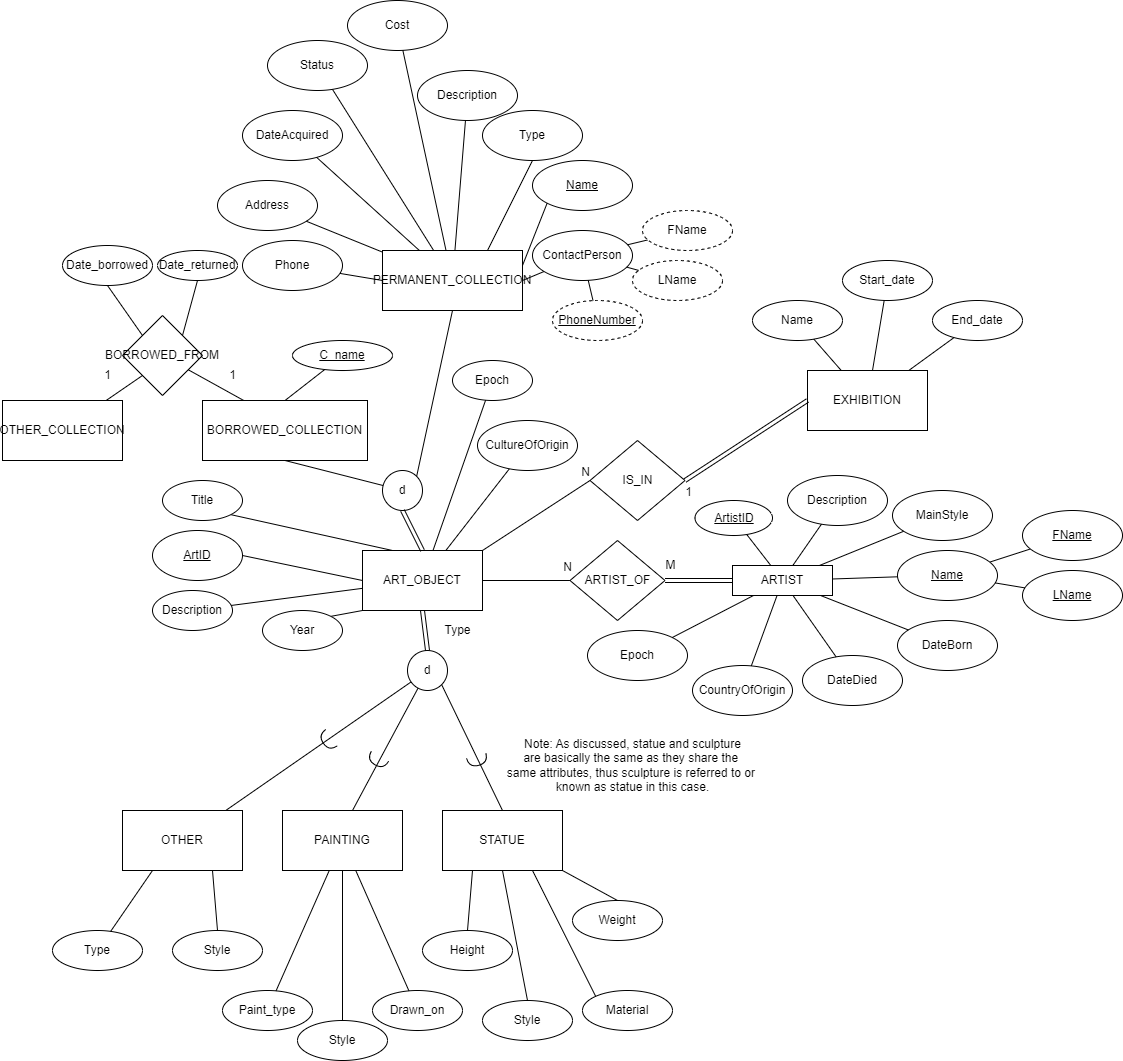
Above: 300 Final Project EER - Updated.drawio.png in Maan-Khedr-ENSF-300/museum-project-coolkids87 (draw.io), before the change. Source tidied: cells renumbered, new cells last; positions are measured from the earlier drawing's top-left corner, leaving out a move shared by most shapes.
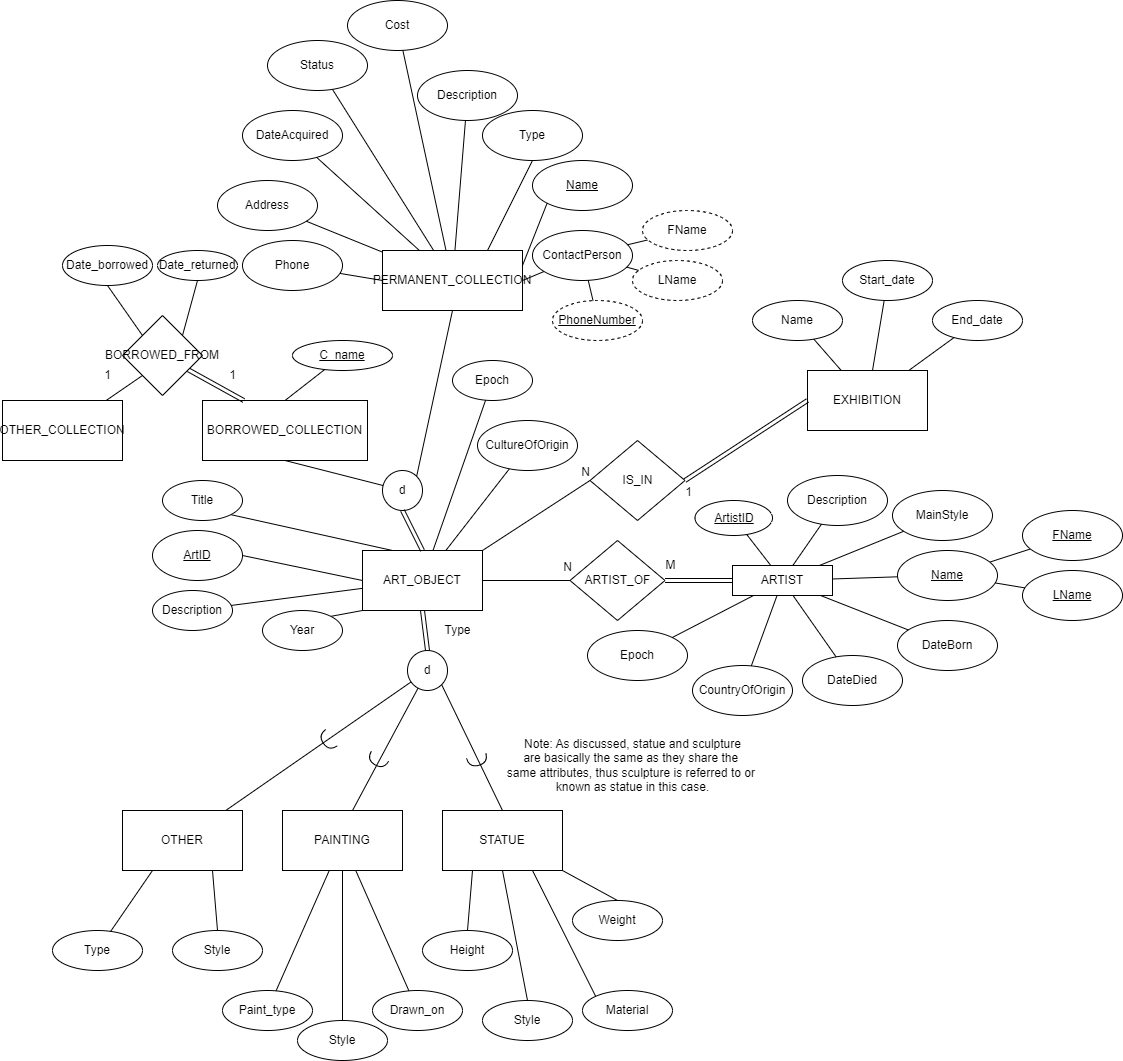
Above is the later version.

Change to the diagram source:
```diff
@@ -352,7 +352,7 @@
     <mxCell id="116" value="Note: As discussed, statue and sculpture&lt;br&gt;are basically the same as they share the&amp;nbsp;&lt;br&gt;same attributes, thus sculpture is referred to or&amp;nbsp;&lt;br&gt;known as statue in this case." style="text;html=1;align=center;verticalAlign=middle;fillColor=none;strokeColor=none;rounded=0;" parent="1" vertex="1">
       <mxGeometry x="495" y="730" width="270" height="70" as="geometry" />
     </mxCell>
-    <mxCell id="117" style="endArrow=none;html=1;rounded=0;exitX=0.25;exitY=0;exitDx=0;exitDy=0;" parent="1" edge="1" source="94" target="118">
+    <mxCell id="117" style="endArrow=none;html=1;rounded=0;exitX=0.25;exitY=0;exitDx=0;exitDy=0;shape=link;" parent="1" edge="1" source="94" target="118">
       <mxGeometry relative="1" as="geometry" />
     </mxCell>
     <mxCell id="118" value="BORROWED_FROM" style="rhombus;whiteSpace=wrap;html=1;" parent="1" vertex="1">
```
